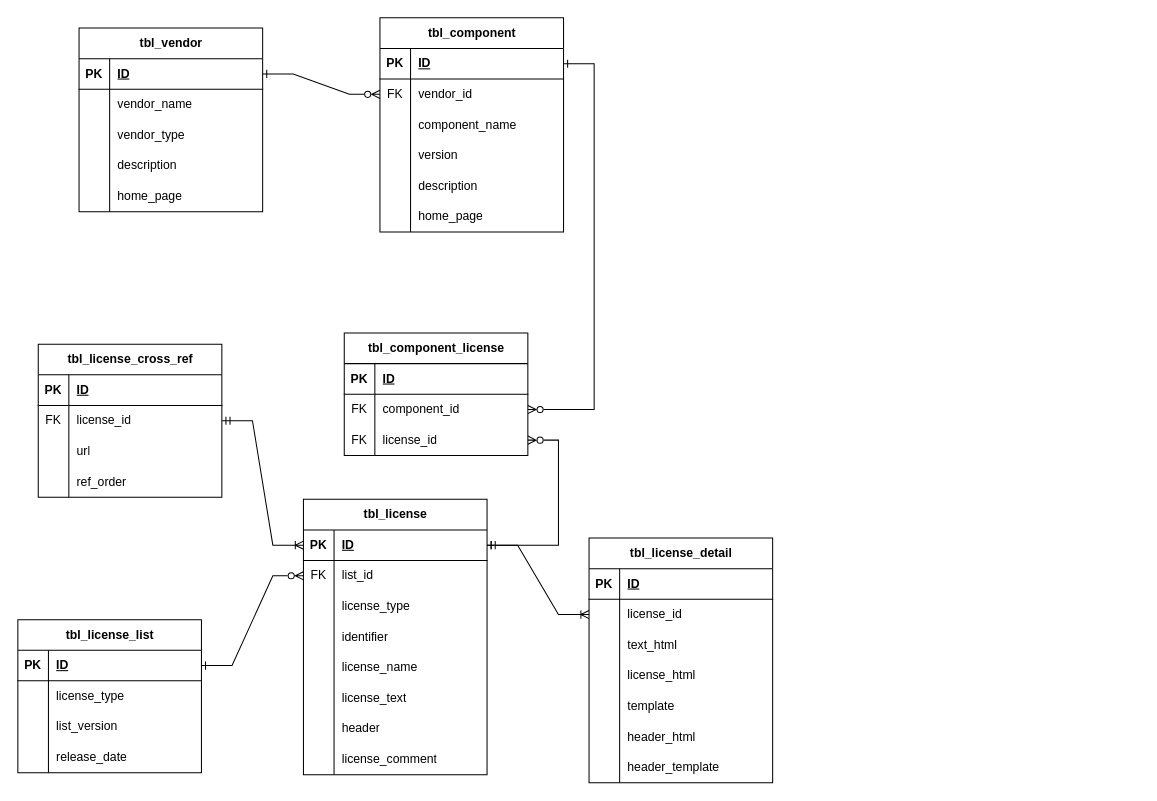
The draw.io diagram sbom.drawio in twingao/flowchart, before the edit. Source tidied: cells renumbered, new cells numbered last; positions are measured from the earlier drawing's top-left corner, leaving out a move shared by most shapes. Both pictures are drawn from the tidied source at 102%, with x=0, y=0 at pixel (17, 17).
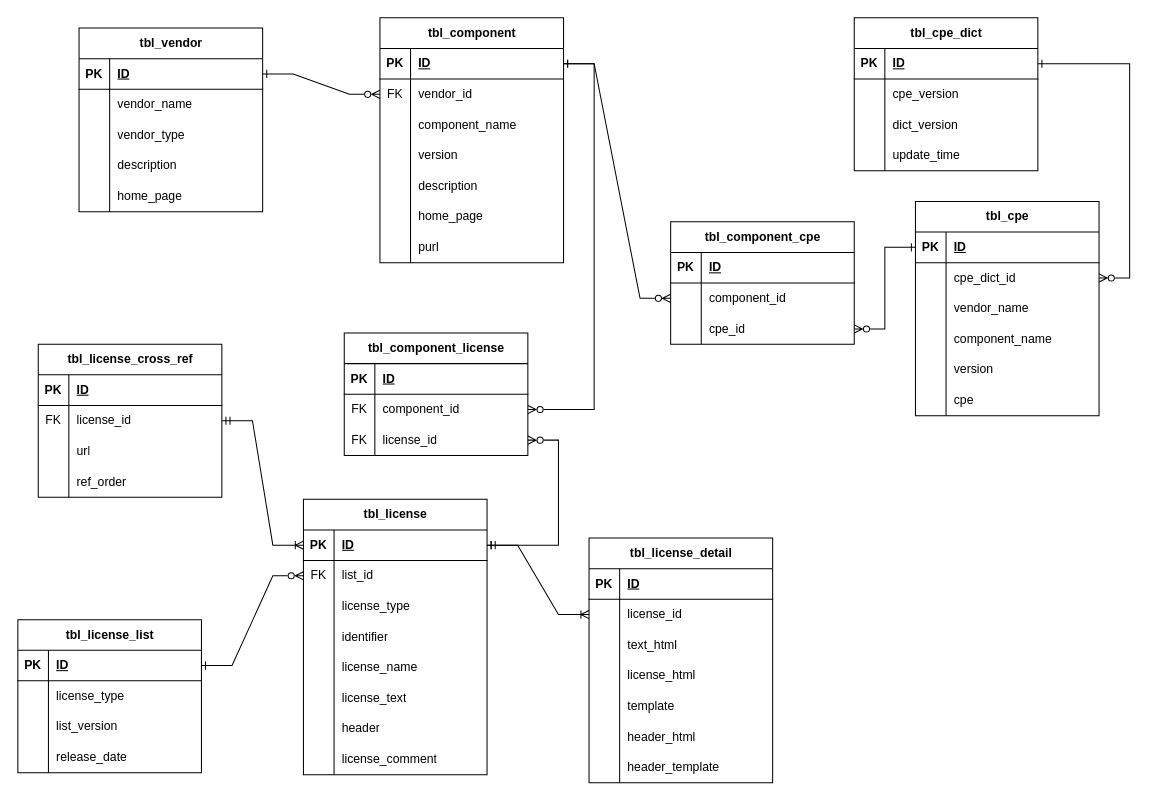
The same page after the edit.

The change refers to these unchanged cells:
```xml
<mxCell id="19" style="shape=tableRow;horizontal=0;startSize=0;swimlaneHead=0;swimlaneBody=0;fillColor=none;points=[[0,0.5],[1,0.5]];portConstraint=eastwest;top=0;left=0;right=0;bottom=1;" parent="18" vertex="1">
  <mxGeometry y="30" width="180" height="30" as="geometry" />
</mxCell>
```

What changed in the source:
```diff
@@
     <mxCell id="18" value="tbl_component" style="shape=table;startSize=30;childLayout=tableLayout;rowLines=0;fontStyle=1;align=center;html=1;" parent="1" vertex="1">
-      <mxGeometry x="355" width="180" height="210" as="geometry" />
+      <mxGeometry x="355" width="180" height="240" as="geometry" />
     </mxCell>
@@
+    <mxCell id="126" style="shape=tableRow;horizontal=0;startSize=0;swimlaneHead=0;swimlaneBody=0;fillColor=none;top=0;left=0;right=0;bottom=0;" parent="18" vertex="1">
+      <mxGeometry y="210" width="180" height="30" as="geometry" />
+    </mxCell>
+    <mxCell id="127" style="shape=partialRectangle;fillColor=none;top=0;left=0;bottom=0;right=0;overflow=hidden;whiteSpace=wrap;html=1;" parent="126" vertex="1">
+      <mxGeometry width="30" height="30" as="geometry" />
+    </mxCell>
+    <mxCell id="128" value="purl" style="shape=partialRectangle;fillColor=none;top=0;left=0;bottom=0;right=0;align=left;spacingLeft=6;overflow=hidden;whiteSpace=wrap;html=1;" parent="126" vertex="1">
+      <mxGeometry x="30" width="150" height="30" as="geometry" />
+    </mxCell>
@@
+    <mxCell id="129" value="tbl_cpe" style="shape=table;startSize=30;childLayout=tableLayout;rowLines=0;fontStyle=1;align=center;html=1;" parent="1" vertex="1">
+      <mxGeometry x="880" y="180" width="180" height="210" as="geometry" />
+    </mxCell>
+    <mxCell id="130" style="shape=tableRow;horizontal=0;startSize=0;swimlaneHead=0;swimlaneBody=0;fillColor=none;points=[[0,0.5],[1,0.5]];portConstraint=eastwest;top=0;left=0;right=0;bottom=1;" parent="129" vertex="1">
+      <mxGeometry y="30" width="180" height="30" as="geometry" />
+    </mxCell>
+    <mxCell id="131" value="PK" style="shape=partialRectangle;fillColor=none;top=0;left=0;bottom=0;right=0;fontStyle=1;overflow=hidden;whiteSpace=wrap;html=1;" parent="130" vertex="1">
+      <mxGeometry width="30" height="30" as="geometry" />
+    </mxCell>
+    <mxCell id="132" value="ID" style="shape=partialRectangle;fillColor=none;top=0;left=0;bottom=0;right=0;align=left;spacingLeft=6;fontStyle=5;overflow=hidden;whiteSpace=wrap;html=1;" parent="130" vertex="1">
+      <mxGeometry x="30" width="150" height="30" as="geometry" />
+    </mxCell>
+    <mxCell id="133" style="shape=tableRow;horizontal=0;startSize=0;swimlaneHead=0;swimlaneBody=0;fillColor=none;points=[[0,0.5],[1,0.5]];portConstraint=eastwest;top=0;left=0;right=0;bottom=0;" parent="129" vertex="1">
+      <mxGeometry y="60" width="180" height="30" as="geometry" />
+    </mxCell>
+    <mxCell id="134" style="shape=partialRectangle;fillColor=none;top=0;left=0;bottom=0;right=0;overflow=hidden;whiteSpace=wrap;html=1;" parent="133" vertex="1">
+      <mxGeometry width="30" height="30" as="geometry" />
+    </mxCell>
+    <mxCell id="135" value="cpe_dict_id" style="shape=partialRectangle;fillColor=none;top=0;left=0;bottom=0;right=0;align=left;spacingLeft=6;overflow=hidden;whiteSpace=wrap;html=1;" parent="133" vertex="1">
+      <mxGeometry x="30" width="150" height="30" as="geometry" />
+    </mxCell>
+    <mxCell id="136" style="shape=tableRow;horizontal=0;startSize=0;swimlaneHead=0;swimlaneBody=0;fillColor=none;top=0;left=0;right=0;bottom=0;" parent="129" vertex="1">
+      <mxGeometry y="90" width="180" height="30" as="geometry" />
+    </mxCell>
+    <mxCell id="137" style="shape=partialRectangle;fillColor=none;top=0;left=0;bottom=0;right=0;overflow=hidden;whiteSpace=wrap;html=1;" parent="136" vertex="1">
+      <mxGeometry width="30" height="30" as="geometry" />
+    </mxCell>
+    <mxCell id="138" value="vendor_name" style="shape=partialRectangle;fillColor=none;top=0;left=0;bottom=0;right=0;align=left;spacingLeft=6;overflow=hidden;whiteSpace=wrap;html=1;" parent="136" vertex="1">
+      <mxGeometry x="30" width="150" height="30" as="geometry" />
+    </mxCell>
+    <mxCell id="139" style="shape=tableRow;horizontal=0;startSize=0;swimlaneHead=0;swimlaneBody=0;fillColor=none;top=0;left=0;right=0;bottom=0;" parent="129" vertex="1">
+      <mxGeometry y="120" width="180" height="30" as="geometry" />
+    </mxCell>
+    <mxCell id="140" style="shape=partialRectangle;fillColor=none;top=0;left=0;bottom=0;right=0;overflow=hidden;whiteSpace=wrap;html=1;" parent="139" vertex="1">
+      <mxGeometry width="30" height="30" as="geometry" />
+    </mxCell>
+    <mxCell id="141" value="component_name" style="shape=partialRectangle;fillColor=none;top=0;left=0;bottom=0;right=0;align=left;spacingLeft=6;overflow=hidden;whiteSpace=wrap;html=1;" parent="139" vertex="1">
+      <mxGeometry x="30" width="150" height="30" as="geometry" />
+    </mxCell>
+    <mxCell id="142" style="shape=tableRow;horizontal=0;startSize=0;swimlaneHead=0;swimlaneBody=0;fillColor=none;top=0;left=0;right=0;bottom=0;" parent="129" vertex="1">
+      <mxGeometry y="150" width="180" height="30" as="geometry" />
+    </mxCell>
+    <mxCell id="143" style="shape=partialRectangle;fillColor=none;top=0;left=0;bottom=0;right=0;overflow=hidden;whiteSpace=wrap;html=1;" parent="142" vertex="1">
+      <mxGeometry width="30" height="30" as="geometry" />
+    </mxCell>
+    <mxCell id="144" value="version" style="shape=partialRectangle;fillColor=none;top=0;left=0;bottom=0;right=0;align=left;spacingLeft=6;overflow=hidden;whiteSpace=wrap;html=1;" parent="142" vertex="1">
+      <mxGeometry x="30" width="150" height="30" as="geometry" />
+    </mxCell>
+    <mxCell id="145" style="shape=tableRow;horizontal=0;startSize=0;swimlaneHead=0;swimlaneBody=0;fillColor=none;top=0;left=0;right=0;bottom=0;" parent="129" vertex="1">
+      <mxGeometry y="180" width="180" height="30" as="geometry" />
+    </mxCell>
+    <mxCell id="146" style="shape=partialRectangle;fillColor=none;top=0;left=0;bottom=0;right=0;overflow=hidden;whiteSpace=wrap;html=1;" parent="145" vertex="1">
+      <mxGeometry width="30" height="30" as="geometry" />
+    </mxCell>
+    <mxCell id="147" value="cpe" style="shape=partialRectangle;fillColor=none;top=0;left=0;bottom=0;right=0;align=left;spacingLeft=6;overflow=hidden;whiteSpace=wrap;html=1;" parent="145" vertex="1">
+      <mxGeometry x="30" width="150" height="30" as="geometry" />
+    </mxCell>
+    <mxCell id="148" value="tbl_cpe_dict" style="shape=table;startSize=30;childLayout=tableLayout;rowLines=0;fontStyle=1;align=center;html=1;" parent="1" vertex="1">
+      <mxGeometry x="820" width="180" height="150" as="geometry" />
+    </mxCell>
+    <mxCell id="149" style="shape=tableRow;horizontal=0;startSize=0;swimlaneHead=0;swimlaneBody=0;fillColor=none;points=[[0,0.5],[1,0.5]];portConstraint=eastwest;top=0;left=0;right=0;bottom=1;" parent="148" vertex="1">
+      <mxGeometry y="30" width="180" height="30" as="geometry" />
+    </mxCell>
+    <mxCell id="150" value="PK" style="shape=partialRectangle;fillColor=none;top=0;left=0;bottom=0;right=0;fontStyle=1;overflow=hidden;whiteSpace=wrap;html=1;" parent="149" vertex="1">
+      <mxGeometry width="30" height="30" as="geometry" />
+    </mxCell>
+    <mxCell id="151" value="ID" style="shape=partialRectangle;fillColor=none;top=0;left=0;bottom=0;right=0;align=left;spacingLeft=6;fontStyle=5;overflow=hidden;whiteSpace=wrap;html=1;" parent="149" vertex="1">
+      <mxGeometry x="30" width="150" height="30" as="geometry" />
+    </mxCell>
+    <mxCell id="152" style="shape=tableRow;horizontal=0;startSize=0;swimlaneHead=0;swimlaneBody=0;fillColor=none;top=0;left=0;right=0;bottom=0;" parent="148" vertex="1">
+      <mxGeometry y="60" width="180" height="30" as="geometry" />
+    </mxCell>
+    <mxCell id="153" style="shape=partialRectangle;fillColor=none;top=0;left=0;bottom=0;right=0;overflow=hidden;whiteSpace=wrap;html=1;" parent="152" vertex="1">
+      <mxGeometry width="30" height="30" as="geometry" />
+    </mxCell>
+    <mxCell id="154" value="cpe_version" style="shape=partialRectangle;fillColor=none;top=0;left=0;bottom=0;right=0;align=left;spacingLeft=6;overflow=hidden;whiteSpace=wrap;html=1;" parent="152" vertex="1">
+      <mxGeometry x="30" width="150" height="30" as="geometry" />
+    </mxCell>
+    <mxCell id="155" style="shape=tableRow;horizontal=0;startSize=0;swimlaneHead=0;swimlaneBody=0;fillColor=none;top=0;left=0;right=0;bottom=0;" parent="148" vertex="1">
+      <mxGeometry y="90" width="180" height="30" as="geometry" />
+    </mxCell>
+    <mxCell id="156" style="shape=partialRectangle;fillColor=none;top=0;left=0;bottom=0;right=0;overflow=hidden;whiteSpace=wrap;html=1;" parent="155" vertex="1">
+      <mxGeometry width="30" height="30" as="geometry" />
+    </mxCell>
+    <mxCell id="157" value="dict_version" style="shape=partialRectangle;fillColor=none;top=0;left=0;bottom=0;right=0;align=left;spacingLeft=6;overflow=hidden;whiteSpace=wrap;html=1;" parent="155" vertex="1">
+      <mxGeometry x="30" width="150" height="30" as="geometry" />
+    </mxCell>
+    <mxCell id="158" style="shape=tableRow;horizontal=0;startSize=0;swimlaneHead=0;swimlaneBody=0;fillColor=none;top=0;left=0;right=0;bottom=0;" parent="148" vertex="1">
+      <mxGeometry y="120" width="180" height="30" as="geometry" />
+    </mxCell>
+    <mxCell id="159" style="shape=partialRectangle;fillColor=none;top=0;left=0;bottom=0;right=0;overflow=hidden;whiteSpace=wrap;html=1;" parent="158" vertex="1">
+      <mxGeometry width="30" height="30" as="geometry" />
+    </mxCell>
+    <mxCell id="160" value="update_time" style="shape=partialRectangle;fillColor=none;top=0;left=0;bottom=0;right=0;align=left;spacingLeft=6;overflow=hidden;whiteSpace=wrap;html=1;" parent="158" vertex="1">
+      <mxGeometry x="30" width="150" height="30" as="geometry" />
+    </mxCell>
+    <mxCell id="161" value="tbl_component_cpe" style="shape=table;startSize=30;childLayout=tableLayout;rowLines=0;fontStyle=1;align=center;html=1;" parent="1" vertex="1">
+      <mxGeometry x="640" y="200" width="180" height="120" as="geometry" />
+    </mxCell>
+    <mxCell id="162" style="shape=tableRow;horizontal=0;startSize=0;swimlaneHead=0;swimlaneBody=0;fillColor=none;top=0;left=0;right=0;bottom=1;" parent="161" vertex="1">
+      <mxGeometry y="30" width="180" height="30" as="geometry" />
+    </mxCell>
+    <mxCell id="163" value="PK" style="shape=partialRectangle;fillColor=none;top=0;left=0;bottom=0;right=0;fontStyle=1;overflow=hidden;whiteSpace=wrap;html=1;" parent="162" vertex="1">
+      <mxGeometry width="30" height="30" as="geometry" />
+    </mxCell>
+    <mxCell id="164" value="ID" style="shape=partialRectangle;fillColor=none;top=0;left=0;bottom=0;right=0;align=left;spacingLeft=6;fontStyle=5;overflow=hidden;whiteSpace=wrap;html=1;" parent="162" vertex="1">
+      <mxGeometry x="30" width="150" height="30" as="geometry" />
+    </mxCell>
+    <mxCell id="165" style="shape=tableRow;horizontal=0;startSize=0;swimlaneHead=0;swimlaneBody=0;fillColor=none;points=[[0,0.5],[1,0.5]];portConstraint=eastwest;top=0;left=0;right=0;bottom=0;" parent="161" vertex="1">
+      <mxGeometry y="60" width="180" height="30" as="geometry" />
+    </mxCell>
+    <mxCell id="166" style="shape=partialRectangle;fillColor=none;top=0;left=0;bottom=0;right=0;overflow=hidden;whiteSpace=wrap;html=1;" parent="165" vertex="1">
+      <mxGeometry width="30" height="30" as="geometry" />
+    </mxCell>
+    <mxCell id="167" value="component_id" style="shape=partialRectangle;fillColor=none;top=0;left=0;bottom=0;right=0;align=left;spacingLeft=6;overflow=hidden;whiteSpace=wrap;html=1;" parent="165" vertex="1">
+      <mxGeometry x="30" width="150" height="30" as="geometry" />
+    </mxCell>
+    <mxCell id="168" style="shape=tableRow;horizontal=0;startSize=0;swimlaneHead=0;swimlaneBody=0;fillColor=none;points=[[0,0.5],[1,0.5]];portConstraint=eastwest;top=0;left=0;right=0;bottom=0;" parent="161" vertex="1">
+      <mxGeometry y="90" width="180" height="30" as="geometry" />
+    </mxCell>
+    <mxCell id="169" style="shape=partialRectangle;fillColor=none;top=0;left=0;bottom=0;right=0;overflow=hidden;whiteSpace=wrap;html=1;" parent="168" vertex="1">
+      <mxGeometry width="30" height="30" as="geometry" />
+    </mxCell>
+    <mxCell id="170" value="cpe_id" style="shape=partialRectangle;fillColor=none;top=0;left=0;bottom=0;right=0;align=left;spacingLeft=6;overflow=hidden;whiteSpace=wrap;html=1;" parent="168" vertex="1">
+      <mxGeometry x="30" width="150" height="30" as="geometry" />
+    </mxCell>
+    <mxCell id="171" style="edgeStyle=entityRelationEdgeStyle;fontSize=12;html=1;endArrow=ERone;startArrow=ERzeroToMany;rounded=0;startFill=0;endFill=0;" parent="1" edge="1" source="165" target="19">
+      <mxGeometry relative="1" as="geometry" />
+    </mxCell>
+    <mxCell id="172" style="edgeStyle=entityRelationEdgeStyle;fontSize=12;html=1;endArrow=ERone;startArrow=ERzeroToMany;rounded=0;startFill=0;endFill=0;" parent="1" edge="1" source="168" target="130">
+      <mxGeometry relative="1" as="geometry">
+        <Array as="points">
+          <mxPoint x="1050" y="323" />
+          <mxPoint x="840" y="290" />
+        </Array>
+      </mxGeometry>
+    </mxCell>
+    <mxCell id="173" style="edgeStyle=entityRelationEdgeStyle;fontSize=12;html=1;endArrow=ERone;startArrow=ERzeroToMany;rounded=0;startFill=0;endFill=0;" parent="1" edge="1" source="133" target="149">
+      <mxGeometry relative="1" as="geometry">
+        <Array as="points">
+          <mxPoint x="900" y="443" />
+        </Array>
+      </mxGeometry>
+    </mxCell>
```
